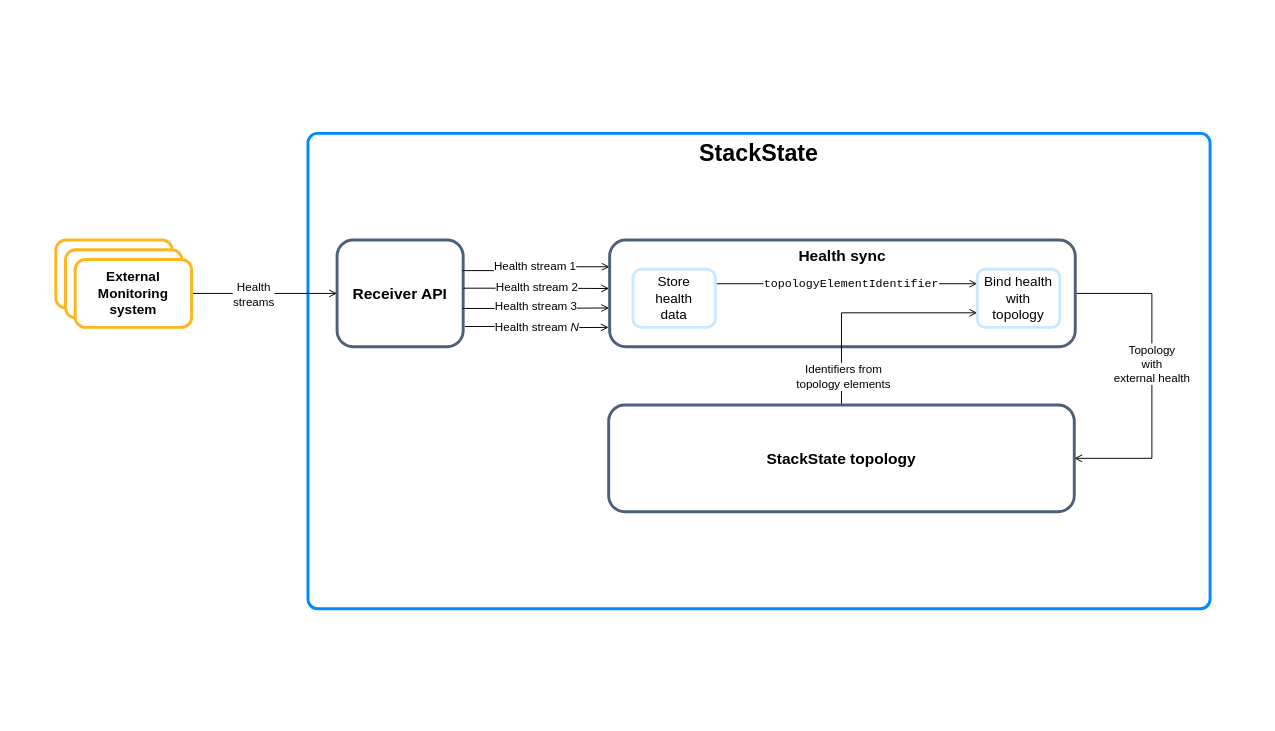
The draw.io diagram resources/drawio/health-sync-pipeline.drawio in StackVista/stackstate-docs, before the edit. Source tidied: cells renumbered, new cells numbered last; positions are measured from the earlier drawing's top-left corner, leaving out a move shared by most shapes. Both pictures are drawn from the tidied source at 97%, with x=0, y=0 at pixel (16, 16).
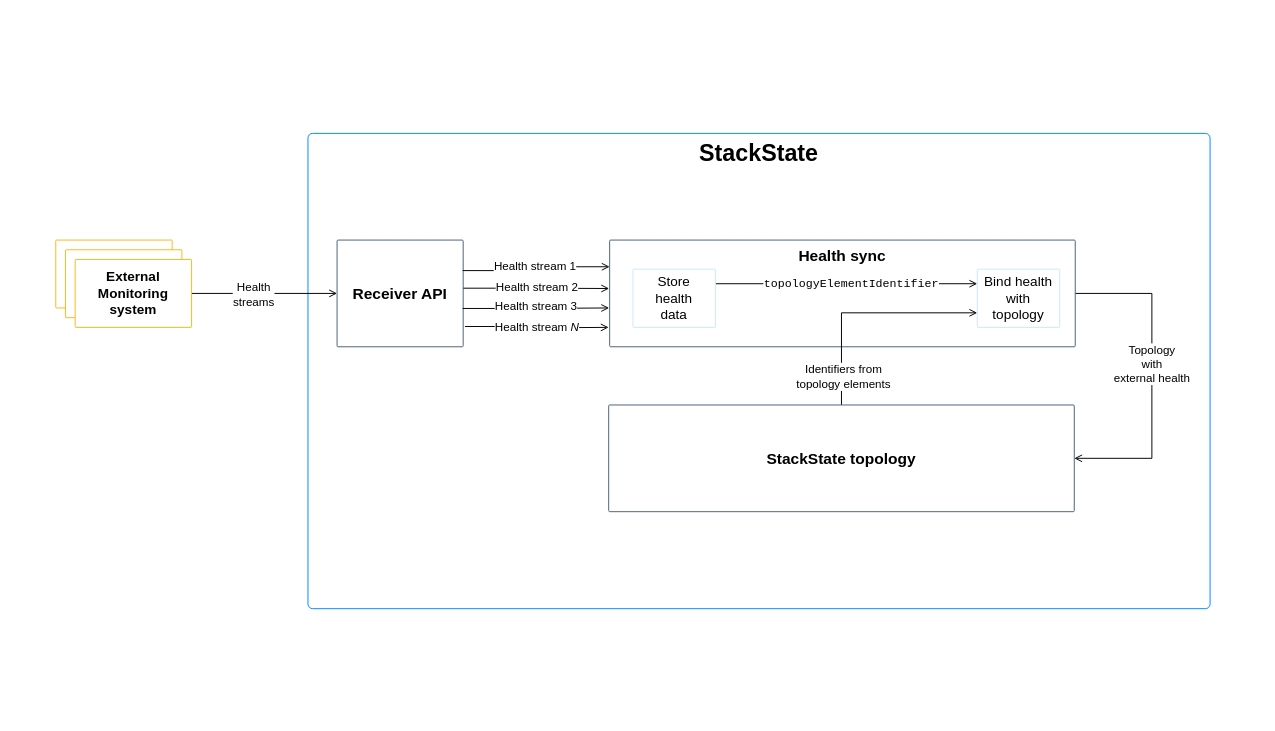
The same diagram, later.

Change to the diagram source:
```diff
@@
-    <mxCell id="3" value="&lt;b&gt;&lt;font style=&quot;font-size: 24px&quot;&gt;StackState&lt;/font&gt;&lt;/b&gt;" style="rounded=1;whiteSpace=wrap;html=1;strokeWidth=3;strokeColor=#008AFF;arcSize=2;verticalAlign=top;align=center;" parent="1" vertex="1">
+    <mxCell id="3" value="&lt;b&gt;&lt;font style=&quot;font-size: 24px&quot;&gt;StackState&lt;/font&gt;&lt;/b&gt;" style="rounded=1;whiteSpace=wrap;html=1;strokeWidth=1;strokeColor=#008AFF;arcSize=1;verticalAlign=top;align=center;" parent="1" vertex="1">
       <mxGeometry x="300" y="120" width="930" height="490" as="geometry" />
     </mxCell>
@@
-    <mxCell id="6" style="rounded=1;whiteSpace=wrap;html=1;strokeWidth=3;strokeColor=#FFB61E;" parent="1" vertex="1">
+    <mxCell id="6" style="rounded=1;whiteSpace=wrap;html=1;strokeWidth=1;strokeColor=#FFB61E;arcSize=1;" parent="1" vertex="1">
       <mxGeometry x="40" y="230" width="120" height="70" as="geometry" />
     </mxCell>
-    <mxCell id="7" style="rounded=1;whiteSpace=wrap;html=1;strokeWidth=3;strokeColor=#FFB61E;" parent="1" vertex="1">
+    <mxCell id="7" style="rounded=1;whiteSpace=wrap;html=1;strokeWidth=1;strokeColor=#FFB61E;arcSize=1;" parent="1" vertex="1">
       <mxGeometry x="50" y="240" width="120" height="70" as="geometry" />
     </mxCell>
-    <mxCell id="8" value="&lt;font style=&quot;font-size: 14px&quot;&gt;&lt;b&gt;External&lt;br&gt;Monitoring&lt;br&gt;system&lt;/b&gt;&lt;/font&gt;" style="rounded=1;whiteSpace=wrap;html=1;strokeWidth=3;strokeColor=#FFB61E;" parent="1" vertex="1">
+    <mxCell id="8" value="&lt;font style=&quot;font-size: 14px&quot;&gt;&lt;b&gt;External&lt;br&gt;Monitoring&lt;br&gt;system&lt;/b&gt;&lt;/font&gt;" style="rounded=1;whiteSpace=wrap;html=1;strokeWidth=1;strokeColor=#FFB61E;arcSize=1;" parent="1" vertex="1">
       <mxGeometry x="60" y="250" width="120" height="70" as="geometry" />
     </mxCell>
-    <mxCell id="9" value="&lt;b&gt;&lt;font style=&quot;font-size: 16px&quot;&gt;Receiver API&lt;/font&gt;&lt;/b&gt;" style="rounded=1;whiteSpace=wrap;html=1;strokeWidth=3;strokeColor=#4D5F79;align=center;" parent="1" vertex="1">
+    <mxCell id="9" value="&lt;b&gt;&lt;font style=&quot;font-size: 16px&quot;&gt;Receiver API&lt;/font&gt;&lt;/b&gt;" style="rounded=1;whiteSpace=wrap;html=1;strokeWidth=1;strokeColor=#4D5F79;align=center;arcSize=1;" parent="1" vertex="1">
       <mxGeometry x="330" y="230" width="130" height="110" as="geometry" />
     </mxCell>
@@
-    <mxCell id="20" value="&lt;b&gt;&lt;font style=&quot;font-size: 16px&quot;&gt;Health sync&lt;/font&gt;&lt;/b&gt;" style="rounded=1;whiteSpace=wrap;html=1;strokeWidth=3;strokeColor=#4D5F79;align=center;verticalAlign=top;" parent="1" vertex="1">
+    <mxCell id="20" value="&lt;b&gt;&lt;font style=&quot;font-size: 16px&quot;&gt;Health sync&lt;/font&gt;&lt;/b&gt;" style="rounded=1;whiteSpace=wrap;html=1;strokeWidth=1;strokeColor=#4D5F79;align=center;verticalAlign=top;arcSize=1;" parent="1" vertex="1">
       <mxGeometry x="611" y="230" width="480" height="110" as="geometry" />
     </mxCell>
@@
-    <mxCell id="23" value="&lt;b&gt;&lt;font style=&quot;font-size: 16px&quot;&gt;StackState topology&lt;/font&gt;&lt;/b&gt;" style="rounded=1;whiteSpace=wrap;html=1;strokeWidth=3;strokeColor=#4D5F79;align=center;verticalAlign=middle;" parent="1" vertex="1">
+    <mxCell id="23" value="&lt;b&gt;&lt;font style=&quot;font-size: 16px&quot;&gt;StackState topology&lt;/font&gt;&lt;/b&gt;" style="rounded=1;whiteSpace=wrap;html=1;strokeWidth=1;strokeColor=#4D5F79;align=center;verticalAlign=middle;arcSize=1;" parent="1" vertex="1">
       <mxGeometry x="610" y="400" width="480" height="110" as="geometry" />
     </mxCell>
@@
-    <mxCell id="26" value="&lt;font style=&quot;font-size: 14px&quot;&gt;Store&lt;br&gt;health&lt;br&gt;data&lt;/font&gt;" style="rounded=1;whiteSpace=wrap;html=1;strokeWidth=3;strokeColor=#CCE8FF;align=center;" parent="1" vertex="1">
+    <mxCell id="26" value="&lt;font style=&quot;font-size: 14px&quot;&gt;Store&lt;br&gt;health&lt;br&gt;data&lt;/font&gt;" style="rounded=1;whiteSpace=wrap;html=1;strokeWidth=1;strokeColor=#CCE8FF;align=center;arcSize=1;" parent="1" vertex="1">
       <mxGeometry x="635" y="260" width="85" height="60" as="geometry" />
     </mxCell>
-    <mxCell id="27" value="&lt;font style=&quot;font-size: 14px&quot;&gt;Bind health&lt;br&gt;with&lt;br&gt;topology&lt;/font&gt;" style="rounded=1;whiteSpace=wrap;html=1;strokeWidth=3;strokeColor=#CCE8FF;align=center;arcSize=14;" parent="1" vertex="1">
+    <mxCell id="27" value="&lt;font style=&quot;font-size: 14px&quot;&gt;Bind health&lt;br&gt;with&lt;br&gt;topology&lt;/font&gt;" style="rounded=1;whiteSpace=wrap;html=1;strokeWidth=1;strokeColor=#CCE8FF;align=center;arcSize=1;" parent="1" vertex="1">
       <mxGeometry x="990" y="260" width="85" height="60" as="geometry" />
     </mxCell>
```
